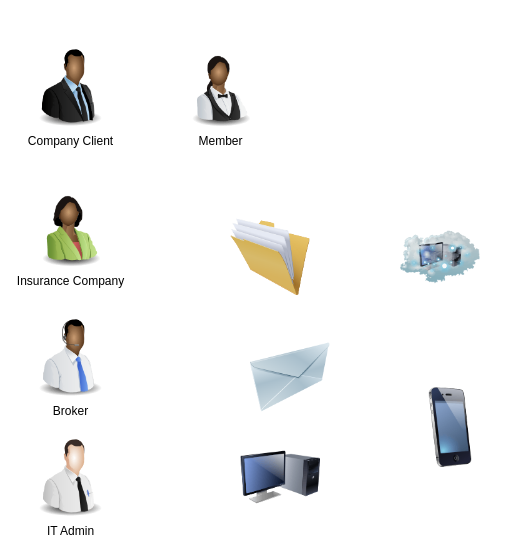
Above: page "Page-9" (3 of 10) of howdengroup.drawio in jasarvn/howdengroup (draw.io), before the change. Source tidied: cells renumbered, new cells numbered last; positions are measured from the earlier drawing's top-left corner, leaving out a move shared by most shapes. Both pictures are drawn from the tidied source at 100%, with x=0, y=0 at pixel (30, 47).
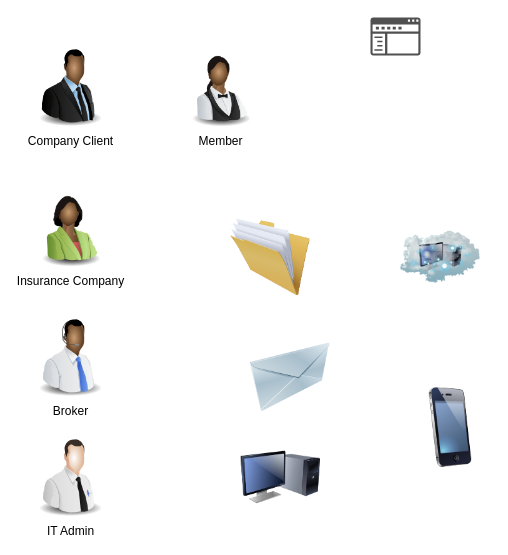
Above is the later version.

Diff of the diagram source:
```diff
@@
 <mxGraphModel>
   <root>
     <mxCell id="0" />
     <mxCell id="1" parent="0" />
     <mxCell id="2" value="Company Client" style="image;html=1;labelBackgroundColor=#ffffff;image=img/lib/clip_art/people/Suit_Man_Black_128x128.png;" parent="1" vertex="1">
       <mxGeometry width="80" height="80" as="geometry" />
     </mxCell>
     <mxCell id="3" value="Insurance Company" style="image;html=1;labelBackgroundColor=#ffffff;image=img/lib/clip_art/people/Suit_Woman_Green_Black_128x128.png;" parent="1" vertex="1">
       <mxGeometry y="140" width="80" height="80" as="geometry" />
     </mxCell>
     <mxCell id="4" value="Broker" style="image;html=1;labelBackgroundColor=#ffffff;image=img/lib/clip_art/people/Telesales_Man_Black_128x128.png;" parent="1" vertex="1">
       <mxGeometry y="270" width="80" height="80" as="geometry" />
     </mxCell>
     <mxCell id="5" value="IT Admin" style="image;html=1;labelBackgroundColor=#ffffff;image=img/lib/clip_art/people/Tech_Man_128x128.png;" parent="1" vertex="1">
       <mxGeometry y="390" width="80" height="80" as="geometry" />
     </mxCell>
     <mxCell id="6" value="Member&lt;br&gt;" style="image;html=1;labelBackgroundColor=#ffffff;image=img/lib/clip_art/people/Waiter_Woman_Black_128x128.png;" parent="1" vertex="1">
       <mxGeometry x="150" width="80" height="80" as="geometry" />
     </mxCell>
     <mxCell id="7" style="image;html=1;labelBackgroundColor=#ffffff;image=img/lib/clip_art/general/Full_Folder_128x128.png;" parent="1" vertex="1">
       <mxGeometry x="200" y="170" width="80" height="80" as="geometry" />
     </mxCell>
     <mxCell id="8" style="image;html=1;labelBackgroundColor=#ffffff;image=img/lib/clip_art/networking/Email_128x128.png;" parent="1" vertex="1">
       <mxGeometry x="220" y="290" width="80" height="80" as="geometry" />
     </mxCell>
     <mxCell id="9" style="image;html=1;labelBackgroundColor=#ffffff;image=img/lib/clip_art/computers/Monitor_Tower_128x128.png;" parent="1" vertex="1">
       <mxGeometry x="210" y="390" width="80" height="80" as="geometry" />
     </mxCell>
     <mxCell id="10" style="image;html=1;labelBackgroundColor=#ffffff;image=img/lib/clip_art/telecommunication/iPhone_128x128.png;" parent="1" vertex="1">
       <mxGeometry x="380" y="340" width="80" height="80" as="geometry" />
     </mxCell>
     <mxCell id="11" style="image;html=1;labelBackgroundColor=#ffffff;image=img/lib/clip_art/networking/Cloud_Computer_128x128.png;" parent="1" vertex="1">
       <mxGeometry x="370" y="170" width="80" height="80" as="geometry" />
     </mxCell>
+    <mxCell id="12" style="shadow=0;dashed=0;html=1;strokeColor=none;labelPosition=center;verticalLabelPosition=bottom;verticalAlign=top;align=center;fillColor=#505050;shape=mxgraph.mscae.intune.company_portal;" parent="1" vertex="1">
+      <mxGeometry x="340" y="-30" width="50" height="38" as="geometry" />
+    </mxCell>
   </root>
 </mxGraphModel>
```
